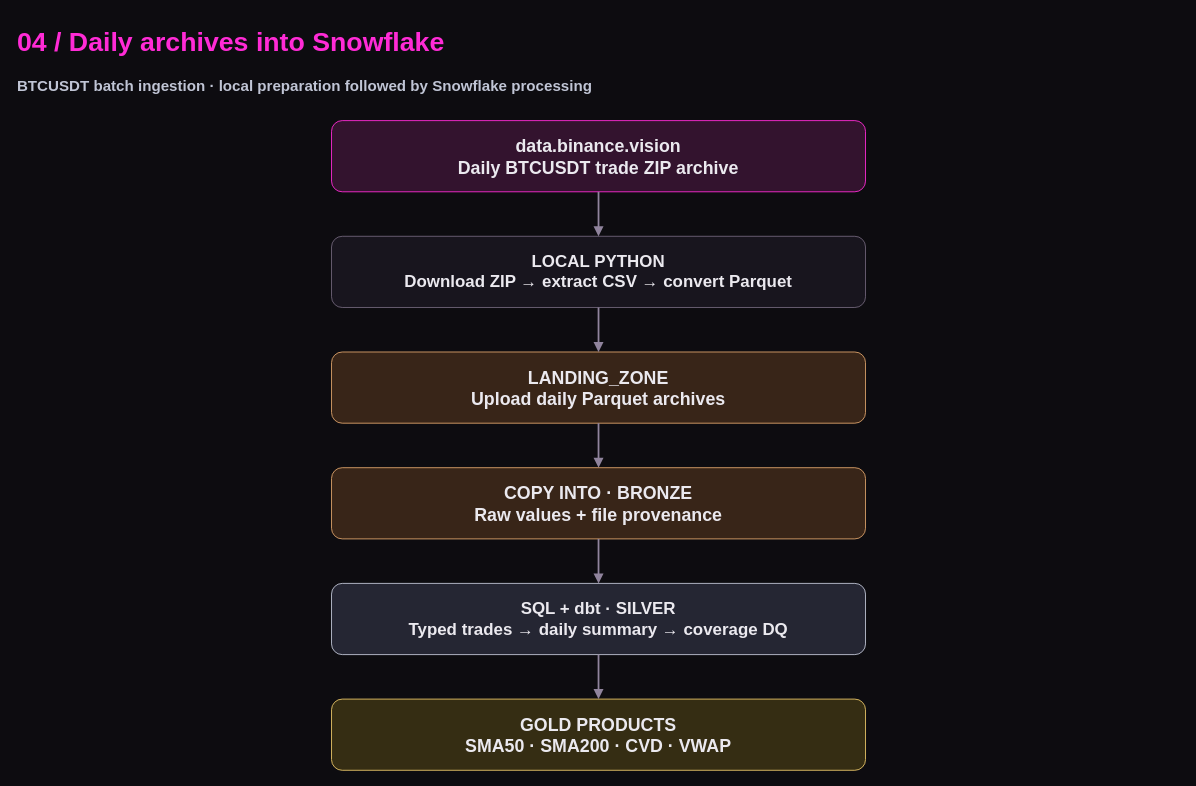
saradfrz/bitcoin-pipeline-benchmark-snowflake keeps this draw.io diagram as docs/assets/diagrams/04-ingestion.drawio. Above is the earlier version. Source tidied: cells renumbered, new cells numbered last; positions are measured from the earlier drawing's top-left corner, leaving out a move shared by most shapes. Both pictures are drawn from the tidied source at 89%, with x=0, y=0 at pixel (15, 15).
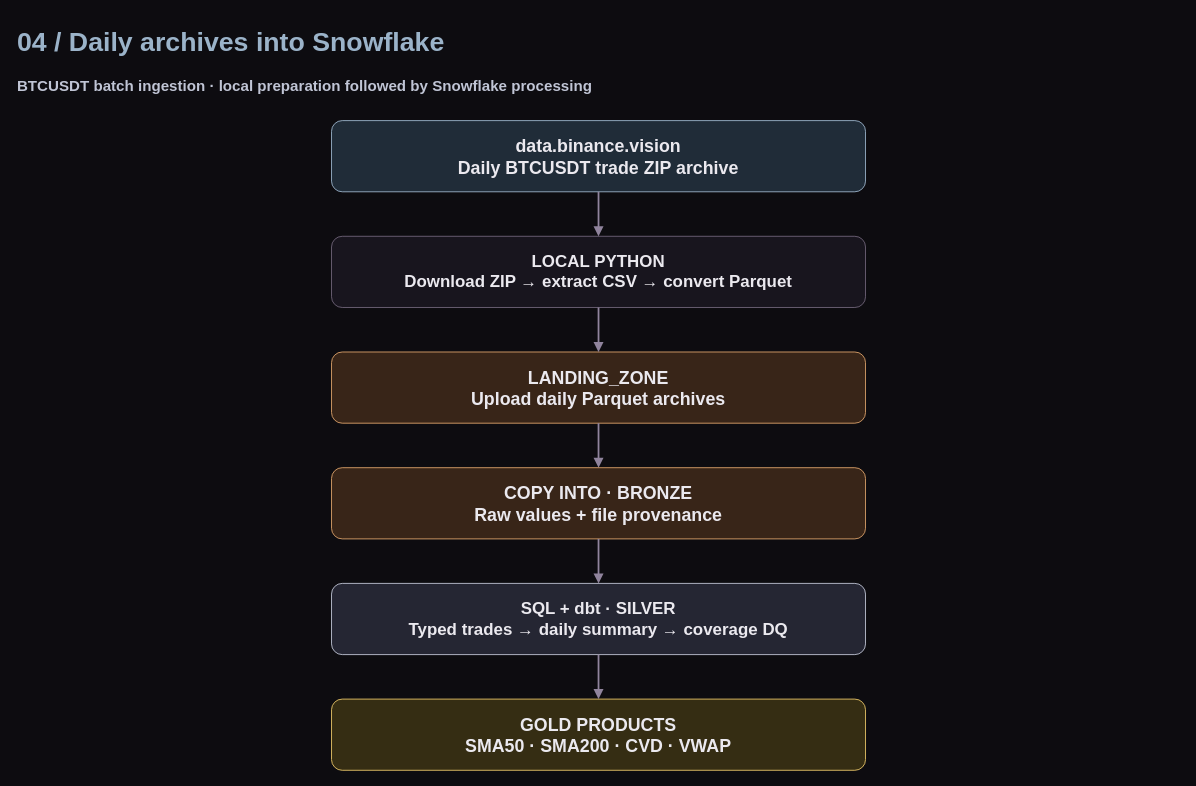
Above is the later version.

What changed in the source:
```diff
@@
 <mxGraphModel background="#0d0c10">
   <root>
     <mxCell id="0" />
     <mxCell id="1" parent="0" />
-    <mxCell id="2" value="04 / Daily archives into Snowflake" style="text;html=0;strokeColor=none;fillColor=none;fontColor=#ff2bd6;fontSize=30;fontStyle=1;align=left;verticalAlign=middle;" parent="1" vertex="1">
+    <mxCell id="2" value="04 / Daily archives into Snowflake" style="text;html=0;strokeColor=none;fillColor=none;fontColor=#9bb3c9;fontSize=30;fontStyle=1;align=left;verticalAlign=middle;" parent="1" vertex="1">
       <mxGeometry width="1310" height="52" as="geometry" />
     </mxCell>
     <mxCell id="3" value="BTCUSDT batch ingestion · local preparation followed by Snowflake processing" style="text;html=0;strokeColor=none;fillColor=none;fontColor=#c0c5d5;fontSize=17;fontStyle=1;align=left;verticalAlign=middle;" parent="1" vertex="1">
       <mxGeometry y="55" width="1310" height="46" as="geometry" />
     </mxCell>
-    <mxCell id="4" value="data.binance.vision&#10;Daily BTCUSDT trade ZIP archive" style="rounded=1;whiteSpace=wrap;html=0;fillColor=#33132e;strokeColor=#ff2bd6;fontColor=#ebe9ef;fontSize=20;fontStyle=1;align=center;verticalAlign=middle;spacing=12;" parent="1" vertex="1">
+    <mxCell id="4" value="data.binance.vision&#10;Daily BTCUSDT trade ZIP archive" style="rounded=1;whiteSpace=wrap;html=0;fillColor=#202c38;strokeColor=#9bb3c9;fontColor=#ebe9ef;fontSize=20;fontStyle=1;align=center;verticalAlign=middle;spacing=12;" parent="1" vertex="1">
       <mxGeometry x="355" y="118" width="600" height="80" as="geometry" />
     </mxCell>
     <mxCell id="5" value="LOCAL PYTHON&#10;Download ZIP → extract CSV → convert Parquet" style="rounded=1;whiteSpace=wrap;html=0;fillColor=#18151e;strokeColor=#706579;fontColor=#ebe9ef;fontSize=19;fontStyle=1;align=center;verticalAlign=middle;spacing=12;" parent="1" vertex="1">
       <mxGeometry x="355" y="248" width="600" height="80" as="geometry" />
     </mxCell>
     <mxCell id="6" value="LANDING_ZONE&#10;Upload daily Parquet archives" style="rounded=1;whiteSpace=wrap;html=0;fillColor=#382518;strokeColor=#dba26b;fontColor=#ebe9ef;fontSize=20;fontStyle=1;align=center;verticalAlign=middle;spacing=12;" parent="1" vertex="1">
       <mxGeometry x="355" y="378" width="600" height="80" as="geometry" />
     </mxCell>
     <mxCell id="7" value="COPY INTO · BRONZE&#10;Raw values + file provenance" style="rounded=1;whiteSpace=wrap;html=0;fillColor=#382518;strokeColor=#dba26b;fontColor=#ebe9ef;fontSize=20;fontStyle=1;align=center;verticalAlign=middle;spacing=12;" parent="1" vertex="1">
       <mxGeometry x="355" y="508" width="600" height="80" as="geometry" />
     </mxCell>
     <mxCell id="8" value="SQL + dbt · SILVER&#10;Typed trades → daily summary → coverage DQ" style="rounded=1;whiteSpace=wrap;html=0;fillColor=#252633;strokeColor=#c0c5d5;fontColor=#ebe9ef;fontSize=19;fontStyle=1;align=center;verticalAlign=middle;spacing=12;" parent="1" vertex="1">
       <mxGeometry x="355" y="638" width="600" height="80" as="geometry" />
     </mxCell>
     <mxCell id="9" value="GOLD PRODUCTS&#10;SMA50 · SMA200 · CVD · VWAP" style="rounded=1;whiteSpace=wrap;html=0;fillColor=#352d13;strokeColor=#e8c568;fontColor=#ebe9ef;fontSize=20;fontStyle=1;align=center;verticalAlign=middle;spacing=12;" parent="1" vertex="1">
       <mxGeometry x="355" y="768" width="600" height="80" as="geometry" />
     </mxCell>
     <mxCell id="10" style="edgeStyle=orthogonalEdgeStyle;rounded=1;html=0;strokeColor=#90849d;strokeWidth=2;endArrow=block;endFill=1;" parent="1" edge="1" source="4" target="5">
       <mxGeometry relative="1" as="geometry" />
     </mxCell>
     <mxCell id="11" style="edgeStyle=orthogonalEdgeStyle;rounded=1;html=0;strokeColor=#90849d;strokeWidth=2;endArrow=block;endFill=1;" parent="1" edge="1" source="5" target="6">
       <mxGeometry relative="1" as="geometry" />
     </mxCell>
     <mxCell id="12" style="edgeStyle=orthogonalEdgeStyle;rounded=1;html=0;strokeColor=#90849d;strokeWidth=2;endArrow=block;endFill=1;" parent="1" edge="1" source="6" target="7">
       <mxGeometry relative="1" as="geometry" />
     </mxCell>
     <mxCell id="13" style="edgeStyle=orthogonalEdgeStyle;rounded=1;html=0;strokeColor=#90849d;strokeWidth=2;endArrow=block;endFill=1;" parent="1" edge="1" source="7" target="8">
       <mxGeometry relative="1" as="geometry" />
     </mxCell>
     <mxCell id="14" style="edgeStyle=orthogonalEdgeStyle;rounded=1;html=0;strokeColor=#90849d;strokeWidth=2;endArrow=block;endFill=1;" parent="1" edge="1" source="8" target="9">
       <mxGeometry relative="1" as="geometry" />
     </mxCell>
   </root>
 </mxGraphModel>
```
